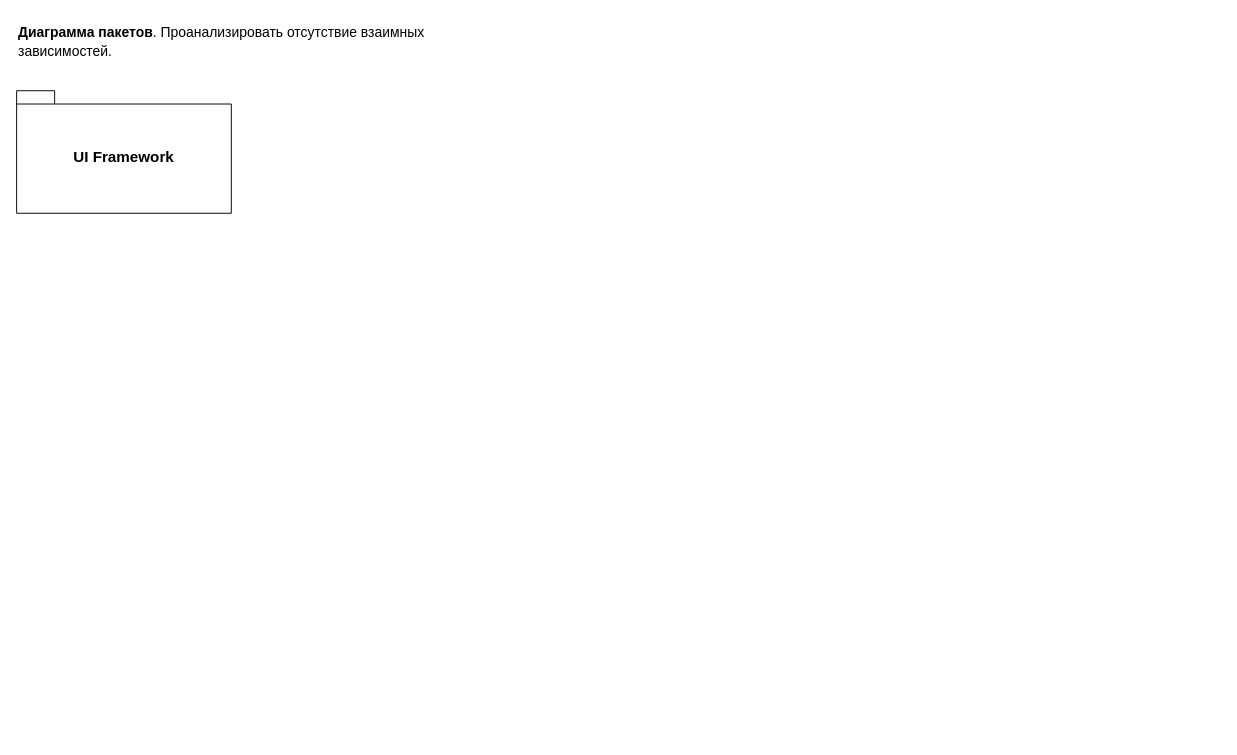
This is LAB3/packageDiagram.drawio from tireks/OOAP, a draw.io file, before an edit. Source tidied: cells renumbered, new cells numbered last; positions are measured from the earlier drawing's top-left corner, leaving out a move shared by most shapes. Both pictures are drawn from the tidied source at 95%, with x=0, y=0 at pixel (16, 16).
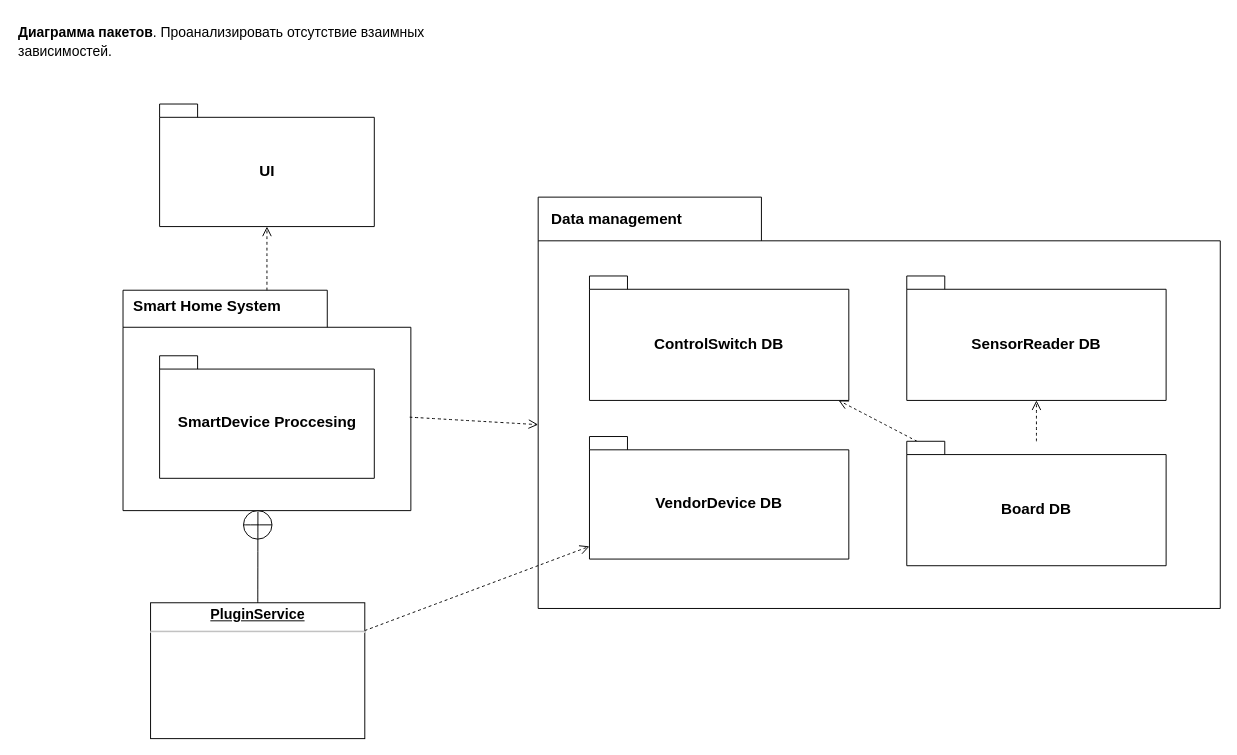
After the change.

Change to the diagram source:
```diff
@@
+    <mxCell id="4" style="ellipse;whiteSpace=wrap;html=1;fontSize=16;" parent="1" vertex="1">
+      <mxGeometry x="238.8" y="520" width="30" height="30" as="geometry" />
+    </mxCell>
+    <mxCell id="5" style="shape=folder;fontStyle=1;spacingTop=10;tabWidth=235;tabHeight=46;tabPosition=left;html=1;whiteSpace=wrap;fontSize=16;" parent="1" vertex="1">
+      <mxGeometry x="549" y="190" width="718" height="433" as="geometry" />
+    </mxCell>
@@
-    <mxCell id="3" value="UI Framework" style="shape=folder;fontStyle=1;spacingTop=10;tabWidth=40;tabHeight=14;tabPosition=left;html=1;whiteSpace=wrap;fontSize=16;" parent="1" vertex="1">
-      <mxGeometry y="78" width="226" height="129" as="geometry" />
-    </mxCell>
+    <mxCell id="6" value="UI" style="shape=folder;fontStyle=1;spacingTop=10;tabWidth=40;tabHeight=14;tabPosition=left;html=1;whiteSpace=wrap;fontSize=16;" parent="1" vertex="1">
+      <mxGeometry x="150.5" y="92" width="226" height="129" as="geometry" />
+    </mxCell>
+    <mxCell id="7" style="shape=folder;fontStyle=1;spacingTop=10;tabWidth=215;tabHeight=39;tabPosition=left;html=1;whiteSpace=wrap;fontSize=16;" parent="1" vertex="1">
+      <mxGeometry x="112" y="288" width="303" height="232" as="geometry" />
+    </mxCell>
+    <mxCell id="8" value="ControlSwitch DB" style="shape=folder;fontStyle=1;spacingTop=10;tabWidth=40;tabHeight=14;tabPosition=left;html=1;whiteSpace=wrap;fontSize=16;" parent="1" vertex="1">
+      <mxGeometry x="603" y="273" width="273" height="131" as="geometry" />
+    </mxCell>
+    <mxCell id="9" value="SensorReader DB" style="shape=folder;fontStyle=1;spacingTop=10;tabWidth=40;tabHeight=14;tabPosition=left;html=1;whiteSpace=wrap;fontSize=16;" parent="1" vertex="1">
+      <mxGeometry x="937" y="273" width="273" height="131" as="geometry" />
+    </mxCell>
+    <mxCell id="10" style="edgeStyle=none;curved=1;rounded=0;jettySize=auto;html=1;fontSize=12;startSize=8;endSize=8;dashed=1;endArrow=open;endFill=0;" parent="1" edge="1" source="12" target="8">
+      <mxGeometry relative="1" as="geometry" />
+    </mxCell>
+    <mxCell id="11" style="edgeStyle=none;curved=1;rounded=0;jettySize=auto;html=1;fontSize=12;startSize=8;endSize=8;dashed=1;endArrow=open;endFill=0;" parent="1" edge="1" source="12" target="9">
+      <mxGeometry relative="1" as="geometry" />
+    </mxCell>
+    <mxCell id="12" value="Board DB" style="shape=folder;fontStyle=1;spacingTop=10;tabWidth=40;tabHeight=14;tabPosition=left;html=1;whiteSpace=wrap;fontSize=16;" parent="1" vertex="1">
+      <mxGeometry x="937" y="447" width="273" height="131" as="geometry" />
+    </mxCell>
+    <mxCell id="13" value="Data management" style="text;strokeColor=none;fillColor=none;html=1;align=left;verticalAlign=top;whiteSpace=wrap;rounded=0;fontSize=16;fontStyle=1;" parent="1" vertex="1">
+      <mxGeometry x="561" y="197" width="271" height="30" as="geometry" />
+    </mxCell>
+    <mxCell id="14" style="edgeStyle=none;curved=1;rounded=0;jettySize=auto;html=1;fontSize=12;startSize=8;endSize=8;entryX=0;entryY=0;entryDx=0;entryDy=239.5;entryPerimeter=0;exitX=0.996;exitY=0.576;exitDx=0;exitDy=0;exitPerimeter=0;dashed=1;endArrow=open;endFill=0;" parent="1" edge="1" source="7" target="5">
+      <mxGeometry relative="1" as="geometry" />
+    </mxCell>
+    <mxCell id="15" style="edgeStyle=none;curved=1;rounded=0;jettySize=auto;html=1;entryX=0.5;entryY=1;entryDx=0;entryDy=0;entryPerimeter=0;fontSize=12;startSize=8;endSize=8;dashed=1;endArrow=open;endFill=0;" parent="1" edge="1" source="7" target="6">
+      <mxGeometry relative="1" as="geometry" />
+    </mxCell>
+    <mxCell id="16" value="Smart Home System" style="text;strokeColor=none;fillColor=none;html=1;align=left;verticalAlign=top;whiteSpace=wrap;rounded=0;fontSize=16;fontStyle=1;" parent="1" vertex="1">
+      <mxGeometry x="121" y="288" width="193" height="30" as="geometry" />
+    </mxCell>
+    <mxCell id="17" value="SmartDevice Proccesing" style="shape=folder;fontStyle=1;spacingTop=10;tabWidth=40;tabHeight=14;tabPosition=left;html=1;whiteSpace=wrap;fontSize=16;" parent="1" vertex="1">
+      <mxGeometry x="150.5" y="357" width="226" height="129" as="geometry" />
+    </mxCell>
+    <mxCell id="18" value="VendorDevice DB" style="shape=folder;fontStyle=1;spacingTop=10;tabWidth=40;tabHeight=14;tabPosition=left;html=1;whiteSpace=wrap;fontSize=16;" parent="1" vertex="1">
+      <mxGeometry x="603" y="442" width="273" height="129" as="geometry" />
+    </mxCell>
+    <mxCell id="19" style="edgeStyle=none;curved=1;rounded=0;jettySize=auto;html=1;fontSize=12;startSize=8;endSize=8;dashed=1;endArrow=open;endFill=0;" parent="1" edge="1" source="20" target="18">
+      <mxGeometry relative="1" as="geometry" />
+    </mxCell>
+    <mxCell id="20" value="&lt;p style=&quot;margin: 4px 0px 0px; text-align: center; text-decoration: underline; font-size: 15px;&quot;&gt;&lt;b style=&quot;&quot;&gt;&lt;font style=&quot;font-size: 15px;&quot;&gt;PluginService&lt;/font&gt;&lt;/b&gt;&lt;/p&gt;&lt;hr style=&quot;font-size: 15px;&quot;&gt;&lt;p style=&quot;margin: 0px 0px 0px 8px; font-size: 15px;&quot;&gt;&lt;br&gt;&lt;/p&gt;" style="verticalAlign=top;align=left;overflow=fill;fontSize=12;fontFamily=Helvetica;html=1;whiteSpace=wrap;" parent="1" vertex="1">
+      <mxGeometry x="141" y="617" width="225.5" height="143" as="geometry" />
+    </mxCell>
+    <mxCell id="21" style="endArrow=none;html=1;rounded=0;fontSize=12;startSize=8;endSize=8;curved=1;" parent="1" edge="1" source="20">
+      <mxGeometry relative="1" as="geometry">
+        <mxPoint x="254" y="521" as="targetPoint" />
+      </mxGeometry>
+    </mxCell>
+    <mxCell id="22" style="endArrow=none;html=1;rounded=0;fontSize=12;startSize=8;endSize=8;curved=1;exitX=0;exitY=0.5;exitDx=0;exitDy=0;entryX=1;entryY=0.5;entryDx=0;entryDy=0;" parent="1" edge="1" source="4" target="4">
+      <mxGeometry relative="1" as="geometry" />
+    </mxCell>
```
